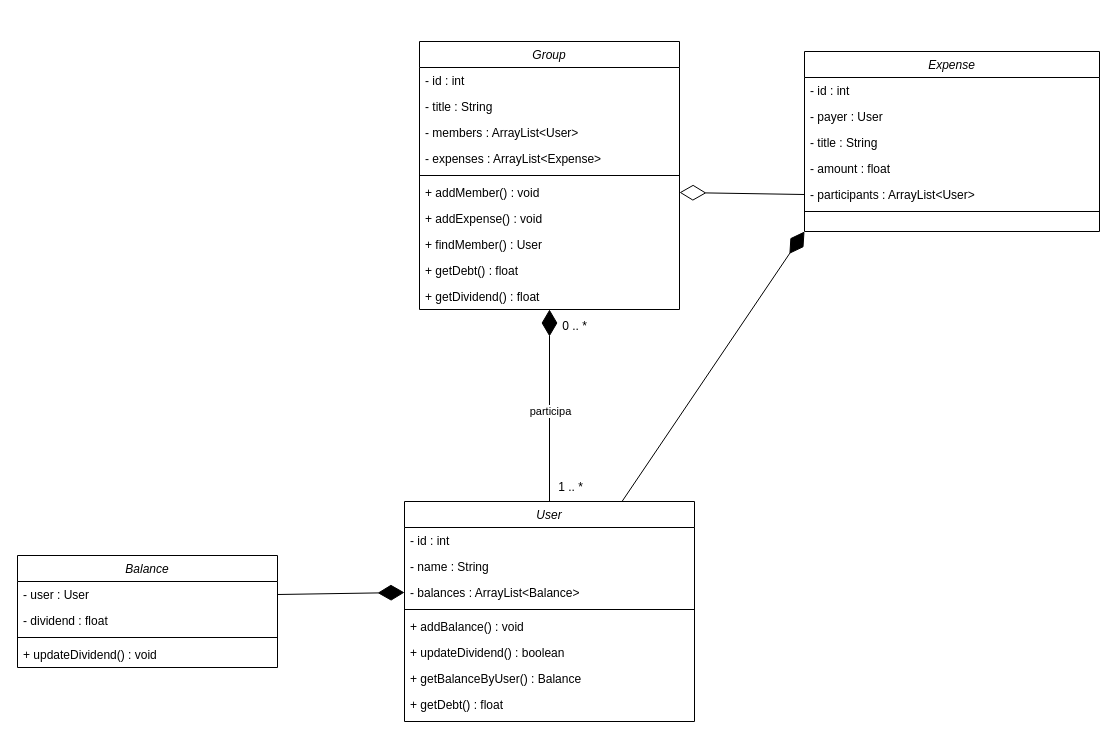
The draw.io diagram uml/UML.drawio in Grupo-de-TCP/INF01120_Grupo2, before the edit. Source tidied: cells renumbered, new cells numbered last; positions are measured from the earlier drawing's top-left corner, leaving out a move shared by most shapes. Both pictures are drawn from the tidied source at 100%, with x=0, y=0 at pixel (17, 41).
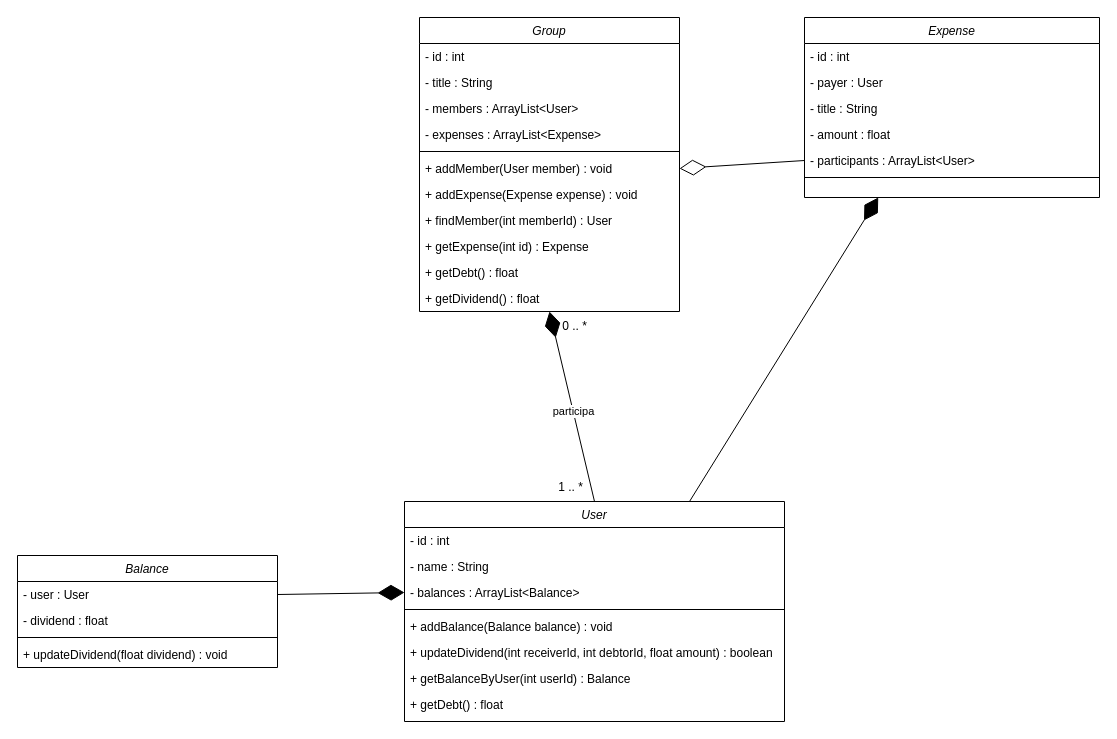
The same diagram, later.

Commit message (it also covers changes not shown here):
Adicionando relatório, slides e UML novo

The change refers to these unchanged cells:
```xml
<mxCell id="29" value="Balance" style="swimlane;fontStyle=2;align=center;verticalAlign=top;horizontal=1;startSize=26;rounded=0;shadow=0;strokeWidth=1;" parent="1" vertex="1">
  <mxGeometry y="514" width="260" height="112" as="geometry" />
</mxCell>
```

Change to the diagram source:
```diff
@@
     <mxCell id="2" value="User" style="swimlane;fontStyle=2;align=center;verticalAlign=top;horizontal=1;startSize=26;rounded=0;shadow=0;strokeWidth=1;" parent="1" vertex="1">
-      <mxGeometry x="387" y="460" width="290" height="220" as="geometry" />
+      <mxGeometry x="387" y="460" width="380" height="220" as="geometry" />
     </mxCell>
     <mxCell id="3" value="- id : int" style="text;align=left;verticalAlign=top;spacingLeft=4;spacingRight=4;overflow=hidden;rounded=0;shadow=0;html=0;" parent="2" vertex="1">
-      <mxGeometry y="26" width="290" height="26" as="geometry" />
+      <mxGeometry y="26" width="380" height="26" as="geometry" />
     </mxCell>
     <mxCell id="4" value="- name : String" style="text;align=left;verticalAlign=top;spacingLeft=4;spacingRight=4;overflow=hidden;rounded=0;shadow=0;html=0;" parent="2" vertex="1">
-      <mxGeometry y="52" width="290" height="26" as="geometry" />
+      <mxGeometry y="52" width="380" height="26" as="geometry" />
     </mxCell>
     <mxCell id="5" value="- balances : ArrayList&lt;Balance&gt;" style="text;align=left;verticalAlign=top;spacingLeft=4;spacingRight=4;overflow=hidden;rounded=0;shadow=0;html=0;" parent="2" vertex="1">
-      <mxGeometry y="78" width="290" height="26" as="geometry" />
+      <mxGeometry y="78" width="380" height="26" as="geometry" />
     </mxCell>
     <mxCell id="6" style="line;html=1;strokeWidth=1;align=left;verticalAlign=middle;spacingTop=-1;spacingLeft=3;spacingRight=3;labelPosition=right;" parent="2" vertex="1">
-      <mxGeometry y="104" width="290" height="8" as="geometry" />
+      <mxGeometry y="104" width="380" height="8" as="geometry" />
     </mxCell>
-    <mxCell id="7" value="+ addBalance() : void" style="text;align=left;verticalAlign=top;spacingLeft=4;spacingRight=4;overflow=hidden;fontStyle=0;" parent="2" vertex="1">
-      <mxGeometry y="112" width="290" height="26" as="geometry" />
+    <mxCell id="7" value="+ addBalance(Balance balance) : void" style="text;align=left;verticalAlign=top;spacingLeft=4;spacingRight=4;overflow=hidden;fontStyle=0;" parent="2" vertex="1">
+      <mxGeometry y="112" width="380" height="26" as="geometry" />
     </mxCell>
-    <mxCell id="8" value="+ updateDividend() : boolean" style="text;align=left;verticalAlign=top;spacingLeft=4;spacingRight=4;overflow=hidden;fontStyle=0;" parent="2" vertex="1">
-      <mxGeometry y="138" width="290" height="26" as="geometry" />
+    <mxCell id="8" value="+ updateDividend(int receiverId, int debtorId, float amount) : boolean" style="text;align=left;verticalAlign=top;spacingLeft=4;spacingRight=4;overflow=hidden;fontStyle=0;" parent="2" vertex="1">
+      <mxGeometry y="138" width="380" height="26" as="geometry" />
     </mxCell>
-    <mxCell id="9" value="+ getBalanceByUser() : Balance" style="text;align=left;verticalAlign=top;spacingLeft=4;spacingRight=4;overflow=hidden;fontStyle=0;" parent="2" vertex="1">
-      <mxGeometry y="164" width="290" height="26" as="geometry" />
+    <mxCell id="9" value="+ getBalanceByUser(int userId) : Balance" style="text;align=left;verticalAlign=top;spacingLeft=4;spacingRight=4;overflow=hidden;fontStyle=0;" parent="2" vertex="1">
+      <mxGeometry y="164" width="380" height="26" as="geometry" />
     </mxCell>
     <mxCell id="10" value="+ getDebt() : float" style="text;align=left;verticalAlign=top;spacingLeft=4;spacingRight=4;overflow=hidden;fontStyle=0;" parent="2" vertex="1">
-      <mxGeometry y="190" width="290" height="26" as="geometry" />
+      <mxGeometry y="190" width="380" height="26" as="geometry" />
     </mxCell>
     <mxCell id="11" value="Group" style="swimlane;fontStyle=2;align=center;verticalAlign=top;horizontal=1;startSize=26;rounded=0;shadow=0;strokeWidth=1;" parent="1" vertex="1">
-      <mxGeometry x="402" width="260" height="268" as="geometry" />
+      <mxGeometry x="402" y="-24" width="260" height="294" as="geometry" />
     </mxCell>
@@
-    <mxCell id="17" value="+ addMember() : void" style="text;align=left;verticalAlign=top;spacingLeft=4;spacingRight=4;overflow=hidden;points=[[0,0.5],[1,0.5]];portConstraint=eastwest;fontStyle=0;" parent="11" vertex="1">
+    <mxCell id="17" value="+ addMember(User member) : void" style="text;align=left;verticalAlign=top;spacingLeft=4;spacingRight=4;overflow=hidden;points=[[0,0.5],[1,0.5]];portConstraint=eastwest;fontStyle=0;" parent="11" vertex="1">
       <mxGeometry y="138" width="260" height="26" as="geometry" />
     </mxCell>
-    <mxCell id="18" value="+ addExpense() : void" style="text;align=left;verticalAlign=top;spacingLeft=4;spacingRight=4;overflow=hidden;fontStyle=0;" parent="11" vertex="1">
+    <mxCell id="18" value="+ addExpense(Expense expense) : void" style="text;align=left;verticalAlign=top;spacingLeft=4;spacingRight=4;overflow=hidden;fontStyle=0;" parent="11" vertex="1">
       <mxGeometry y="164" width="260" height="26" as="geometry" />
     </mxCell>
-    <mxCell id="19" value="+ findMember() : User" style="text;align=left;verticalAlign=top;spacingLeft=4;spacingRight=4;overflow=hidden;fontStyle=0;" parent="11" vertex="1">
+    <mxCell id="19" value="+ findMember(int memberId) : User" style="text;align=left;verticalAlign=top;spacingLeft=4;spacingRight=4;overflow=hidden;fontStyle=0;" parent="11" vertex="1">
       <mxGeometry y="190" width="260" height="26" as="geometry" />
     </mxCell>
+    <mxCell id="41" value="+ getExpense(int id) : Expense" style="text;align=left;verticalAlign=top;spacingLeft=4;spacingRight=4;overflow=hidden;fontStyle=0;" parent="11" vertex="1">
+      <mxGeometry y="216" width="260" height="26" as="geometry" />
+    </mxCell>
     <mxCell id="20" value="+ getDebt() : float" style="text;align=left;verticalAlign=top;spacingLeft=4;spacingRight=4;overflow=hidden;fontStyle=0;" parent="11" vertex="1">
-      <mxGeometry y="216" width="260" height="26" as="geometry" />
+      <mxGeometry y="242" width="260" height="26" as="geometry" />
     </mxCell>
     <mxCell id="21" value="+ getDividend() : float" style="text;align=left;verticalAlign=top;spacingLeft=4;spacingRight=4;overflow=hidden;fontStyle=0;" parent="11" vertex="1">
-      <mxGeometry y="242" width="260" height="26" as="geometry" />
+      <mxGeometry y="268" width="260" height="26" as="geometry" />
     </mxCell>
     <mxCell id="22" value="Expense" style="swimlane;fontStyle=2;align=center;verticalAlign=top;horizontal=1;startSize=26;rounded=0;shadow=0;strokeWidth=1;" parent="1" vertex="1">
-      <mxGeometry x="787" y="10" width="295" height="180" as="geometry" />
+      <mxGeometry x="787" y="-24" width="295" height="180" as="geometry" />
     </mxCell>
@@
-    <mxCell id="33" value="+ updateDividend() : void" style="text;align=left;verticalAlign=top;spacingLeft=4;spacingRight=4;overflow=hidden;fontStyle=0;" parent="29" vertex="1">
+    <mxCell id="33" value="+ updateDividend(float dividend) : void" style="text;align=left;verticalAlign=top;spacingLeft=4;spacingRight=4;overflow=hidden;fontStyle=0;" parent="29" vertex="1">
       <mxGeometry y="86" width="260" height="26" as="geometry" />
     </mxCell>
@@
-    <mxCell id="40" style="endArrow=diamondThin;endFill=1;endSize=24;html=1;rounded=0;entryX=0;entryY=1;entryDx=0;entryDy=0;exitX=0.75;exitY=0;exitDx=0;exitDy=0;" parent="1" edge="1" source="2" target="22">
+    <mxCell id="40" style="endArrow=diamondThin;endFill=1;endSize=24;html=1;rounded=0;entryX=0.25;entryY=1;entryDx=0;entryDy=0;exitX=0.75;exitY=0;exitDx=0;exitDy=0;" parent="1" edge="1" source="2" target="22">
       <mxGeometry relative="1" as="geometry" />
     </mxCell>
```
